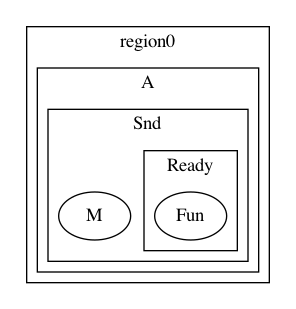
YifanZhou2574765/bigraph keeps this Graphviz diagram as Bigraph.gv.png. Above is the earlier version. Its source is kept beside it as bigraph.gv.
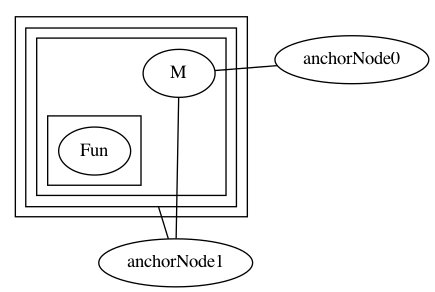
After the commit.

Diff of the diagram source:
```diff
@@ -1,19 +1,24 @@
 graph Bigraph {
 	subgraph cluster {
 		color=white
-		subgraph cluster {
-			color=black label=region0
-			subgraph cluster {
-				color=black label=A
-				subgraph cluster {
-					color=black label=Snd
+		subgraph clusterregion0 {
+			color=black
+			subgraph clusterA {
+				color=black
+				subgraph clusterSnd {
+					color=black
 					M
-					subgraph cluster {
-						color=black label=Ready
+					subgraph clusterReady {
+						color=black
 						Fun
 					}
 				}
 			}
 		}
 	}
+	anchorNode0 [label=anchorNode0]
+	anchorNode1 [label=anchorNode1]
+	M -- anchorNode0
+	clusterA -- anchorNode1
+	M -- anchorNode1
 }
```
